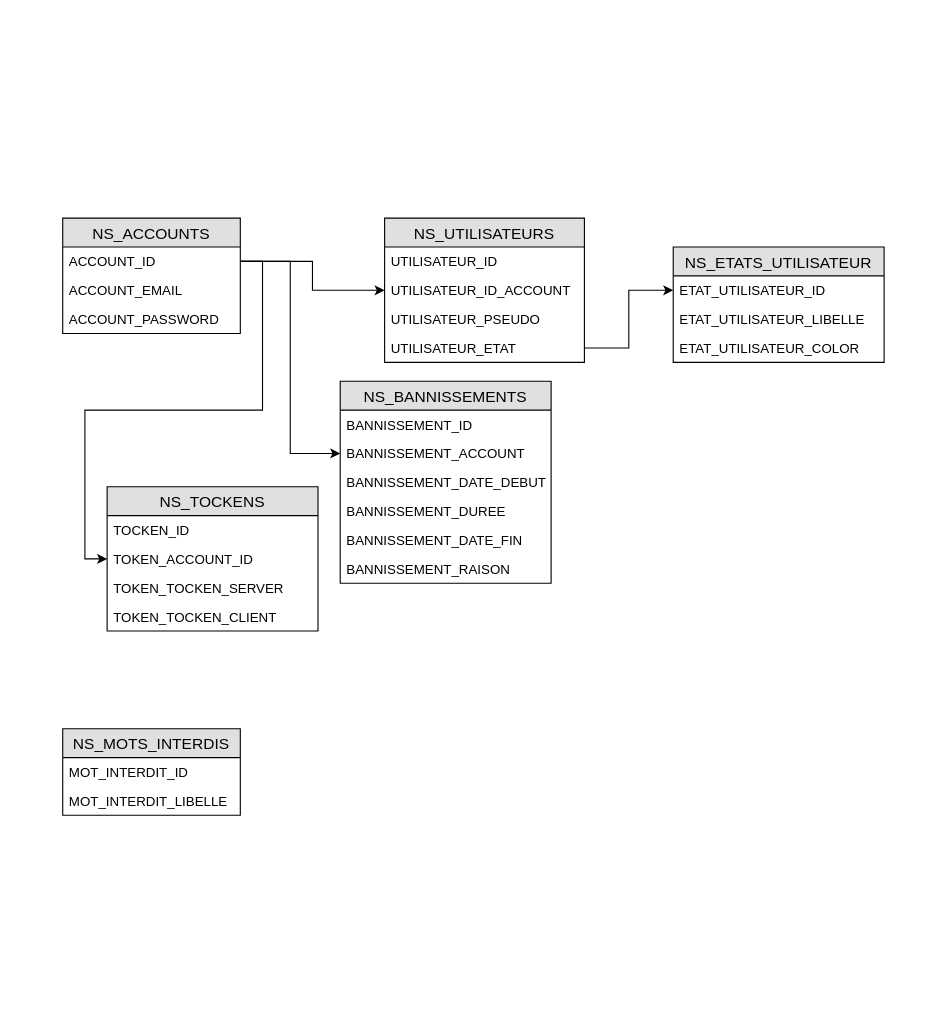
Earlier version of the draw.io diagram BDD.drawio (neyhos-studio/Wiki-NS). Source tidied: cells renumbered, new cells numbered last; positions are measured from the earlier drawing's top-left corner, leaving out a move shared by most shapes. Both pictures are drawn from the tidied source at 111%, with x=0, y=0 at pixel (62, 218).
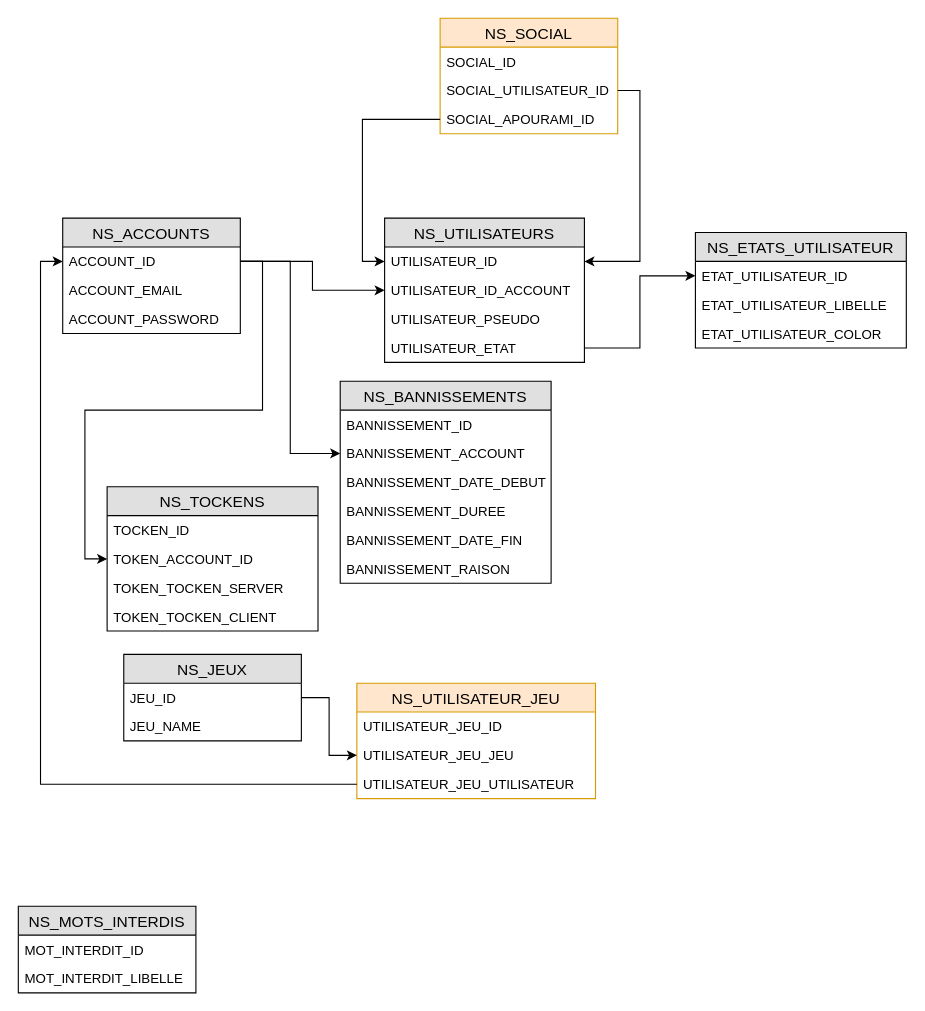
The same page after the edit.

Unchanged cells that the change refers to:
```xml
<mxCell id="3" value="ACCOUNT_ID" style="text;strokeColor=none;fillColor=none;spacingLeft=4;spacingRight=4;overflow=hidden;points=[[0,0.5],[1,0.5]];portConstraint=eastwest;fontSize=12;" parent="2" vertex="1">
  <mxGeometry y="26" width="160" height="26" as="geometry" />
</mxCell>
<mxCell id="7" value="UTILISATEUR_ID" style="text;strokeColor=none;fillColor=none;spacingLeft=4;spacingRight=4;overflow=hidden;points=[[0,0.5],[1,0.5]];portConstraint=eastwest;fontSize=12;" parent="6" vertex="1">
  <mxGeometry y="26" width="180" height="26" as="geometry" />
</mxCell>
```

What changed in the source:
```diff
@@
     <mxCell id="12" value="NS_ETATS_UTILISATEUR" style="swimlane;fontStyle=0;horizontal=1;startSize=26;fillColor=#e0e0e0;swimlaneFillColor=#ffffff;align=center;fontSize=14;" parent="1" vertex="1">
-      <mxGeometry x="550" y="26" width="190" height="104" as="geometry" />
+      <mxGeometry x="570" y="13" width="190" height="104" as="geometry" />
     </mxCell>
@@
     <mxCell id="31" value="NS_MOTS_INTERDIS" style="swimlane;fontStyle=0;horizontal=1;startSize=26;fillColor=#e0e0e0;swimlaneFillColor=#ffffff;align=center;fontSize=14;" parent="1" vertex="1">
-      <mxGeometry y="460" width="160" height="78" as="geometry" />
+      <mxGeometry x="-40" y="620" width="160" height="78" as="geometry" />
     </mxCell>
@@
+    <mxCell id="34" value="NS_JEUX" style="swimlane;fontStyle=0;horizontal=1;startSize=26;fillColor=#e0e0e0;swimlaneFillColor=#ffffff;align=center;fontSize=14;" parent="1" vertex="1">
+      <mxGeometry x="55" y="393" width="160" height="78" as="geometry" />
+    </mxCell>
+    <mxCell id="35" value="JEU_ID" style="text;strokeColor=none;fillColor=none;spacingLeft=4;spacingRight=4;overflow=hidden;points=[[0,0.5],[1,0.5]];portConstraint=eastwest;fontSize=12;" parent="34" vertex="1">
+      <mxGeometry y="26" width="160" height="26" as="geometry" />
+    </mxCell>
+    <mxCell id="36" value="JEU_NAME" style="text;strokeColor=none;fillColor=none;spacingLeft=4;spacingRight=4;overflow=hidden;fontSize=12;" parent="34" vertex="1">
+      <mxGeometry y="52" width="160" height="26" as="geometry" />
+    </mxCell>
+    <mxCell id="37" value="NS_UTILISATEUR_JEU" style="swimlane;fontStyle=0;horizontal=1;startSize=26;fillColor=#ffe6cc;swimlaneFillColor=#ffffff;align=center;fontSize=14;strokeColor=#d79b00;" parent="1" vertex="1">
+      <mxGeometry x="265" y="419" width="215" height="104" as="geometry" />
+    </mxCell>
+    <mxCell id="38" value="UTILISATEUR_JEU_ID" style="text;strokeColor=none;fillColor=none;spacingLeft=4;spacingRight=4;overflow=hidden;fontSize=12;" parent="37" vertex="1">
+      <mxGeometry y="26" width="215" height="26" as="geometry" />
+    </mxCell>
+    <mxCell id="39" value="UTILISATEUR_JEU_JEU" style="text;strokeColor=none;fillColor=none;spacingLeft=4;spacingRight=4;overflow=hidden;points=[[0,0.5],[1,0.5]];portConstraint=eastwest;fontSize=12;" parent="37" vertex="1">
+      <mxGeometry y="52" width="215" height="26" as="geometry" />
+    </mxCell>
+    <mxCell id="40" value="UTILISATEUR_JEU_UTILISATEUR" style="text;strokeColor=none;fillColor=none;spacingLeft=4;spacingRight=4;overflow=hidden;points=[[0,0.5],[1,0.5]];portConstraint=eastwest;fontSize=12;" parent="37" vertex="1">
+      <mxGeometry y="78" width="215" height="26" as="geometry" />
+    </mxCell>
+    <mxCell id="41" style="edgeStyle=orthogonalEdgeStyle;rounded=0;jettySize=auto;html=1;exitX=1;exitY=0.5;exitDx=0;exitDy=0;entryX=0;entryY=0.5;entryDx=0;entryDy=0;" parent="1" edge="1" source="35" target="39">
+      <mxGeometry relative="1" as="geometry" />
+    </mxCell>
+    <mxCell id="42" style="edgeStyle=orthogonalEdgeStyle;rounded=0;jettySize=auto;html=1;exitX=0;exitY=0.5;exitDx=0;exitDy=0;entryX=0;entryY=0.5;entryDx=0;entryDy=0;" parent="1" edge="1" source="40" target="3">
+      <mxGeometry relative="1" as="geometry" />
+    </mxCell>
+    <mxCell id="43" value="NS_SOCIAL" style="swimlane;fontStyle=0;horizontal=1;startSize=26;fillColor=#ffe6cc;swimlaneFillColor=#ffffff;align=center;fontSize=14;strokeColor=#d79b00;" parent="1" vertex="1">
+      <mxGeometry x="340" y="-180" width="160" height="104" as="geometry" />
+    </mxCell>
+    <mxCell id="44" value="SOCIAL_ID" style="text;strokeColor=none;fillColor=none;spacingLeft=4;spacingRight=4;overflow=hidden;fontSize=12;" parent="43" vertex="1">
+      <mxGeometry y="26" width="160" height="26" as="geometry" />
+    </mxCell>
+    <mxCell id="45" value="SOCIAL_UTILISATEUR_ID" style="text;strokeColor=none;fillColor=none;spacingLeft=4;spacingRight=4;overflow=hidden;points=[[0,0.5],[1,0.5]];portConstraint=eastwest;fontSize=12;" parent="43" vertex="1">
+      <mxGeometry y="52" width="160" height="26" as="geometry" />
+    </mxCell>
+    <mxCell id="46" value="SOCIAL_APOURAMI_ID" style="text;strokeColor=none;fillColor=none;spacingLeft=4;spacingRight=4;overflow=hidden;points=[[0,0.5],[1,0.5]];portConstraint=eastwest;fontSize=12;" parent="43" vertex="1">
+      <mxGeometry y="78" width="160" height="26" as="geometry" />
+    </mxCell>
+    <mxCell id="47" style="edgeStyle=orthogonalEdgeStyle;rounded=0;jettySize=auto;html=1;exitX=0;exitY=0.5;exitDx=0;exitDy=0;entryX=0;entryY=0.5;entryDx=0;entryDy=0;" parent="1" edge="1" source="46" target="7">
+      <mxGeometry relative="1" as="geometry" />
+    </mxCell>
+    <mxCell id="48" style="edgeStyle=orthogonalEdgeStyle;rounded=0;jettySize=auto;html=1;exitX=1;exitY=0.5;exitDx=0;exitDy=0;entryX=1;entryY=0.5;entryDx=0;entryDy=0;" parent="1" edge="1" source="45" target="7">
+      <mxGeometry relative="1" as="geometry" />
+    </mxCell>
```
